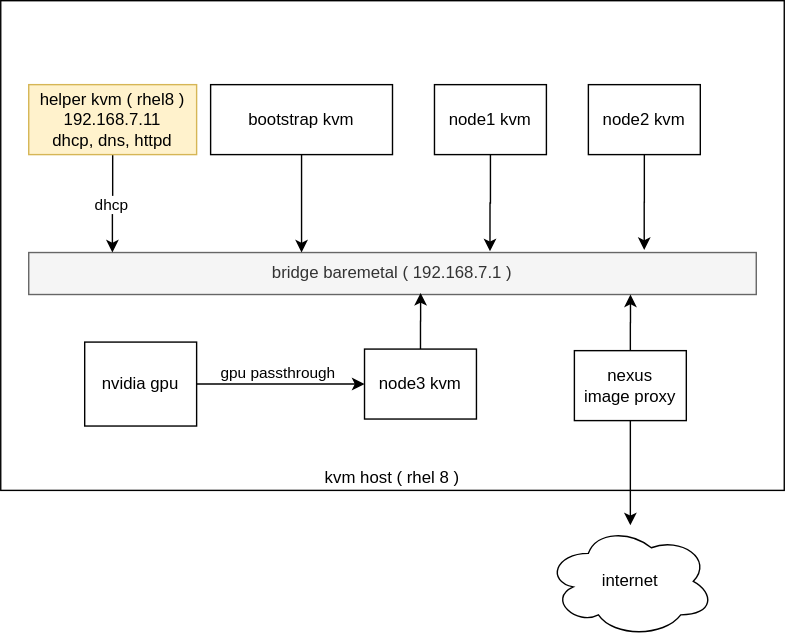
This is redhat/ocp4/4.6/dia/4.6.bm.upi.3node.drawio.svg from wangzheng422/docker_env, a draw.io export, as it was before one commit. Source tidied: cells renumbered, new cells last; positions are measured from the earlier drawing's top-left corner, leaving out a move shared by most shapes.
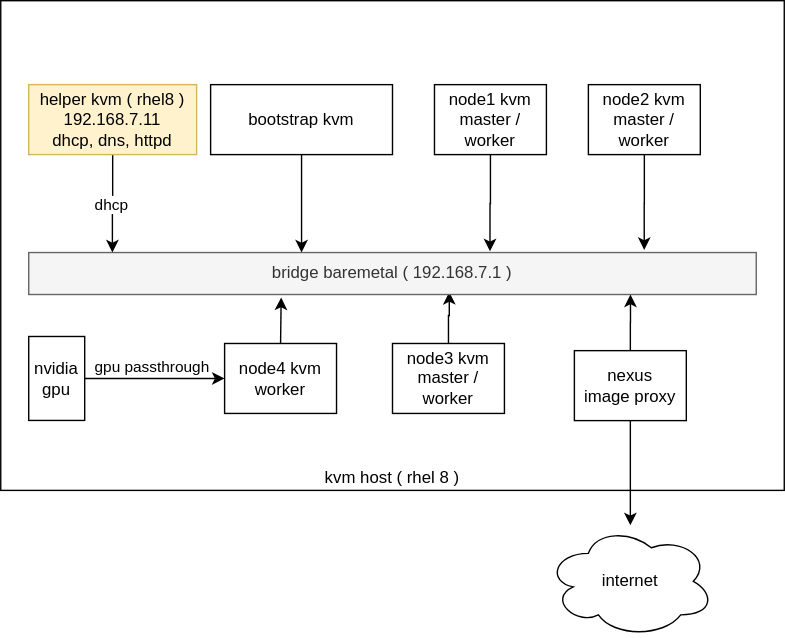
After the commit.

Commit message:
edge gpu

The edit, as a diff of the source:
```diff
@@ -14,8 +14,14 @@
       </mxGeometry>
     </mxCell>
     <mxCell id="5" value="nvidia gpu" style="rounded=0;whiteSpace=wrap;html=1;" parent="1" vertex="1">
-      <mxGeometry x="60" y="244" width="80" height="60" as="geometry" />
+      <mxGeometry x="20" y="240" width="40" height="60" as="geometry" />
     </mxCell>
+    <mxCell id="23" style="edgeStyle=orthogonalEdgeStyle;rounded=0;jettySize=auto;html=1;entryX=0.578;entryY=0.939;entryDx=0;entryDy=0;entryPerimeter=0;" parent="1" edge="1" source="24" target="7">
+      <mxGeometry relative="1" as="geometry" />
+    </mxCell>
+    <mxCell id="24" value="node3 kvm&lt;br&gt;master / worker" style="rounded=0;whiteSpace=wrap;html=1;" parent="1" vertex="1">
+      <mxGeometry x="280" y="245" width="80" height="50" as="geometry" />
+    </mxCell>
     <mxCell id="6" parent="0" />
     <mxCell id="7" value="bridge baremetal ( 192.168.7.1 )" style="rounded=0;whiteSpace=wrap;html=1;fillColor=#f5f5f5;strokeColor=#666666;fontColor=#333333;" parent="6" vertex="1">
       <mxGeometry x="20" y="180" width="520" height="30" as="geometry" />
@@ -40,22 +46,20 @@
     <mxCell id="13" style="edgeStyle=orthogonalEdgeStyle;rounded=0;jettySize=auto;html=1;entryX=0.634;entryY=-0.028;entryDx=0;entryDy=0;entryPerimeter=0;" parent="6" edge="1" source="14" target="7">
       <mxGeometry relative="1" as="geometry" />
     </mxCell>
-    <mxCell id="14" value="node1 kvm" style="rounded=0;whiteSpace=wrap;html=1;" parent="6" vertex="1">
+    <mxCell id="14" value="node1 kvm&lt;br&gt;master / worker" style="rounded=0;whiteSpace=wrap;html=1;" parent="6" vertex="1">
       <mxGeometry x="310" y="60" width="80" height="50" as="geometry" />
     </mxCell>
     <mxCell id="15" style="edgeStyle=orthogonalEdgeStyle;rounded=0;jettySize=auto;html=1;entryX=0.846;entryY=-0.061;entryDx=0;entryDy=0;entryPerimeter=0;" parent="6" edge="1" source="16" target="7">
       <mxGeometry relative="1" as="geometry" />
     </mxCell>
-    <mxCell id="16" value="node2 kvm" style="rounded=0;whiteSpace=wrap;html=1;" parent="6" vertex="1">
+    <mxCell id="16" value="node2 kvm&lt;br&gt;master / worker" style="rounded=0;whiteSpace=wrap;html=1;" parent="6" vertex="1">
       <mxGeometry x="420" y="60" width="80" height="50" as="geometry" />
     </mxCell>
-    <mxCell id="17" style="edgeStyle=orthogonalEdgeStyle;rounded=0;jettySize=auto;html=1;entryX=0.679;entryY=0.996;entryDx=0;entryDy=0;entryPerimeter=0;" parent="6" edge="1" source="18">
-      <mxGeometry relative="1" as="geometry">
-        <mxPoint x="300.1" y="208.9" as="targetPoint" />
-      </mxGeometry>
+    <mxCell id="17" style="edgeStyle=orthogonalEdgeStyle;rounded=0;jettySize=auto;html=1;entryX=0.347;entryY=1.072;entryDx=0;entryDy=0;entryPerimeter=0;exitX=0.5;exitY=0;exitDx=0;exitDy=0;" parent="6" edge="1" source="18" target="7">
+      <mxGeometry relative="1" as="geometry" />
     </mxCell>
-    <mxCell id="18" value="node3 kvm" style="rounded=0;whiteSpace=wrap;html=1;" parent="6" vertex="1">
-      <mxGeometry x="260" y="249" width="80" height="50" as="geometry" />
+    <mxCell id="18" value="node4 kvm&lt;br&gt;worker" style="rounded=0;whiteSpace=wrap;html=1;" parent="6" vertex="1">
+      <mxGeometry x="160" y="245" width="80" height="50" as="geometry" />
     </mxCell>
     <mxCell id="19" style="edgeStyle=orthogonalEdgeStyle;rounded=0;jettySize=auto;html=1;entryX=0.679;entryY=0.996;entryDx=0;entryDy=0;entryPerimeter=0;" parent="6" edge="1" source="21">
       <mxGeometry relative="1" as="geometry">
```
